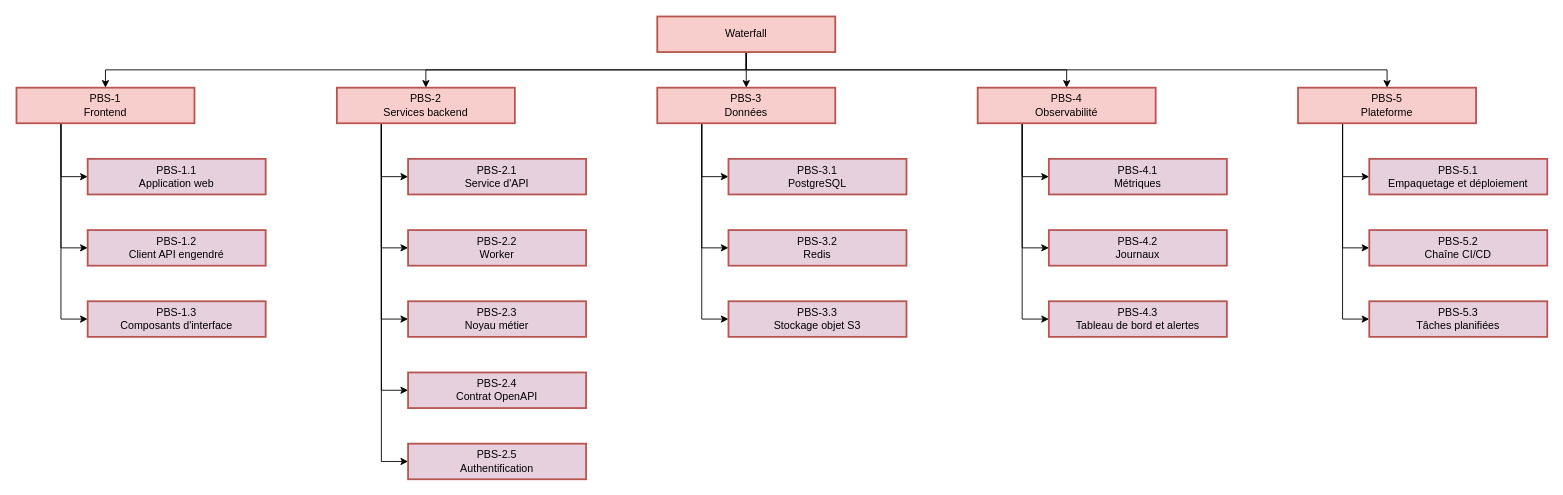
Before: page "PBS" (10 of 11) of docs/spec/waterfall.visuels.drawio in waterfall-project/wf-project, a draw.io diagram. Source tidied: cells renumbered, new cells numbered last; positions are measured from the earlier drawing's top-left corner, leaving out a move shared by most shapes. Both pictures are drawn from the tidied source at 89%, with x=0, y=0 at pixel (16, 16).
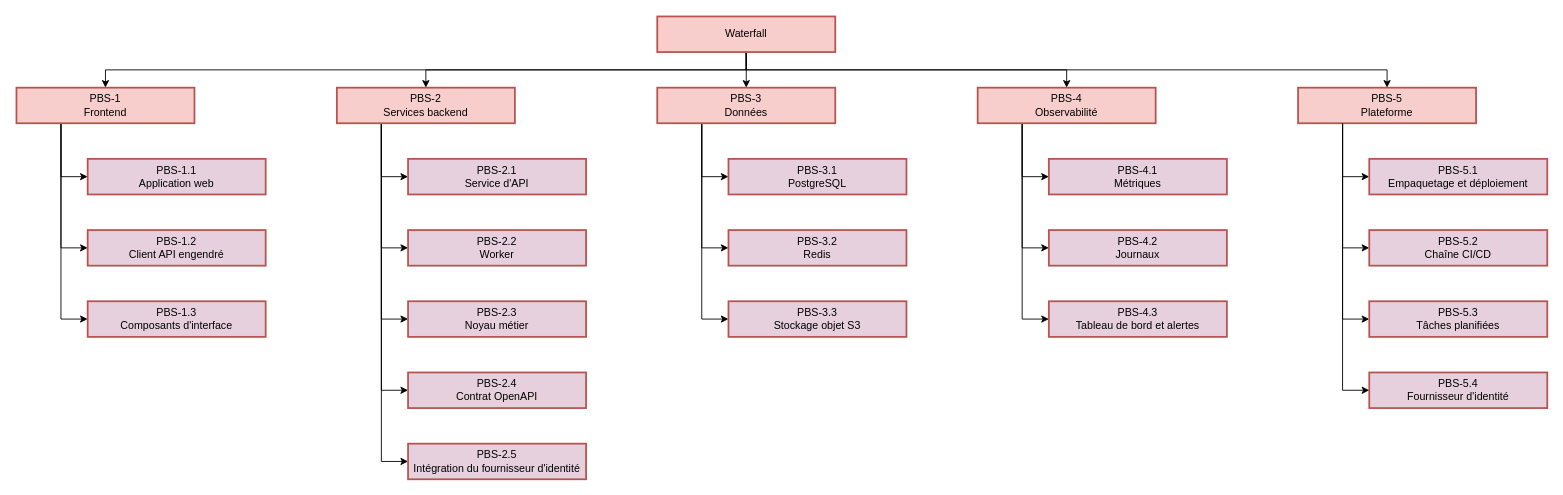
Above is the later version.

The change refers to these unchanged cells:
```xml
<mxCell id="30" value="PBS-5&#10;Plateforme" style="whiteSpace=wrap;strokeWidth=2;fillColor=#f8cecc;strokeColor=#b85450;" parent="1" vertex="1">
  <mxGeometry x="1440" y="80" width="200" height="40" as="geometry" />
</mxCell>
```

The edit, as a diff of the source:
```diff
@@
-    <mxCell id="37" value="PBS-2.5&#10;Authentification" style="whiteSpace=wrap;strokeWidth=2;fillColor=#E6D0DE;strokeColor=#b85450;" parent="1" vertex="1">
+    <mxCell id="37" value="PBS-2.5&#10;Intégration du fournisseur d'identité" style="whiteSpace=wrap;strokeWidth=2;fillColor=#E6D0DE;strokeColor=#b85450;" parent="1" vertex="1">
       <mxGeometry x="440" y="480" width="200" height="40" as="geometry" />
     </mxCell>
@@
+    <mxCell id="47" value="PBS-5.4&#10;Fournisseur d'identité" style="whiteSpace=wrap;strokeWidth=2;fillColor=#E6D0DE;strokeColor=#b85450;" parent="1" vertex="1">
+      <mxGeometry x="1520" y="400" width="200" height="40" as="geometry" />
+    </mxCell>
+    <mxCell id="48" style="edgeStyle=orthogonalEdgeStyle;rounded=0;jettySize=auto;html=1;exitX=0.25;exitY=1;exitDx=0;exitDy=0;entryX=0;entryY=0.5;entryDx=0;entryDy=0;" parent="1" edge="1" source="30" target="47">
+      <mxGeometry relative="1" as="geometry" />
+    </mxCell>
```
